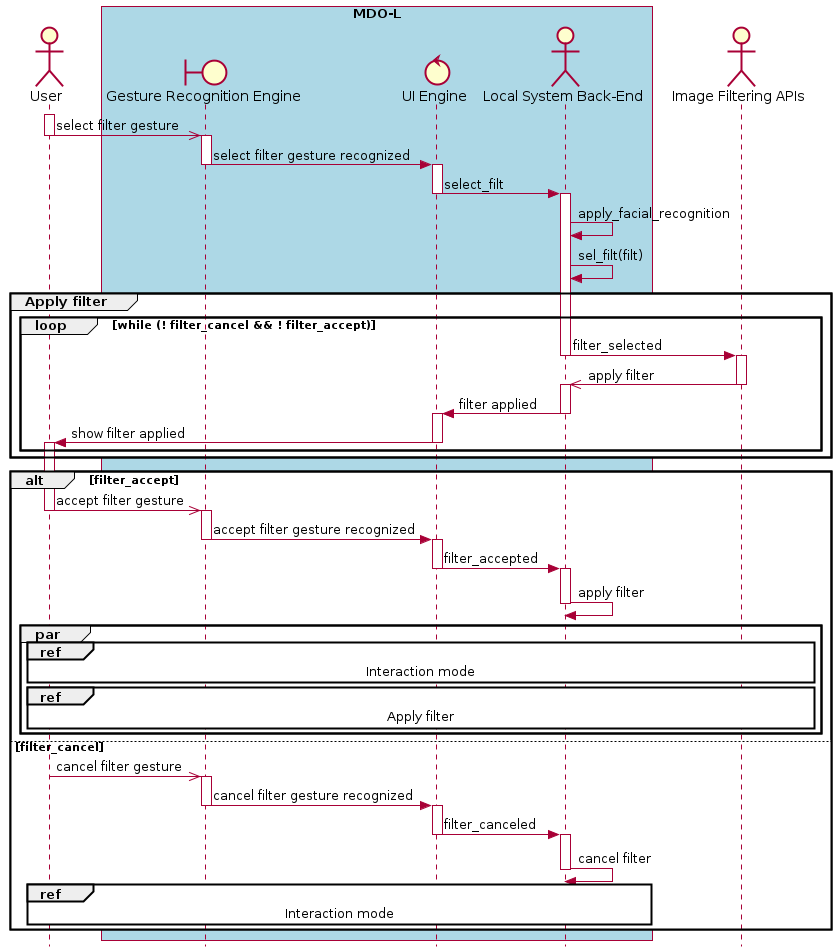
The PlantUML diagram Proj/report/img/seq-local-multimedia-mode-sel-filt.png in ElectroQuanta/MDO, before a commit.
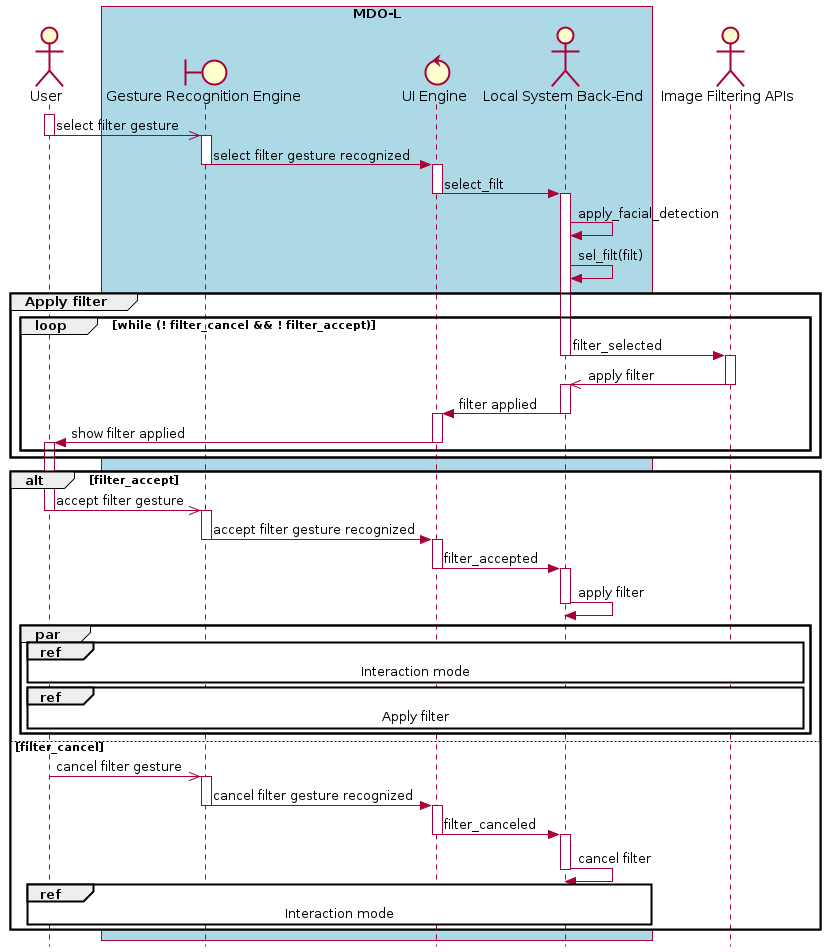
The same file after the commit.

The edit, as a diff of the source:
```diff
@@ -20,7 +20,7 @@
 UIE -> LS: select_filt
 deactivate UIE
 activate LS
-LS -> LS: apply_facial_recognition
+LS -> LS: apply_facial_detection
 LS -> LS: sel_filt(filt)
 group Apply filter
   loop while (! filter_cancel && ! filter_accept)
```
